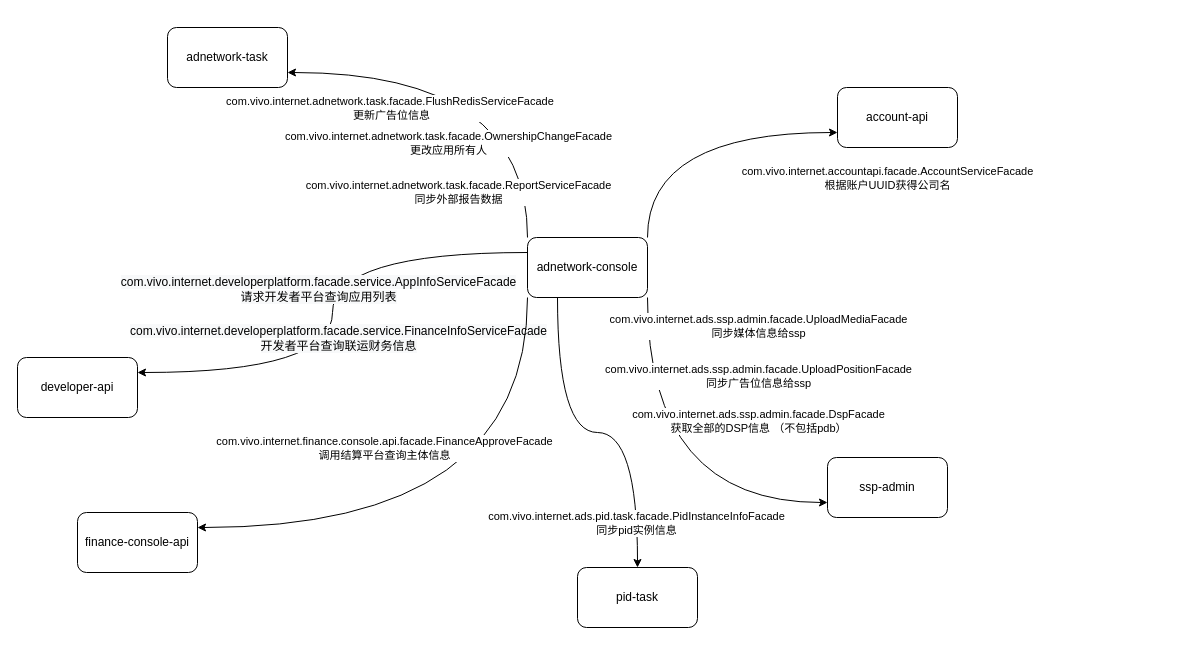
Earlier version of the draw.io diagram console消费的服务.drawio (hugobbtt/diagrams). Source tidied: cells renumbered, new cells numbered last; positions are measured from the earlier drawing's top-left corner, leaving out a move shared by most shapes. Both pictures are drawn from the tidied source at 100%, with x=0, y=0 at pixel (17, 27).
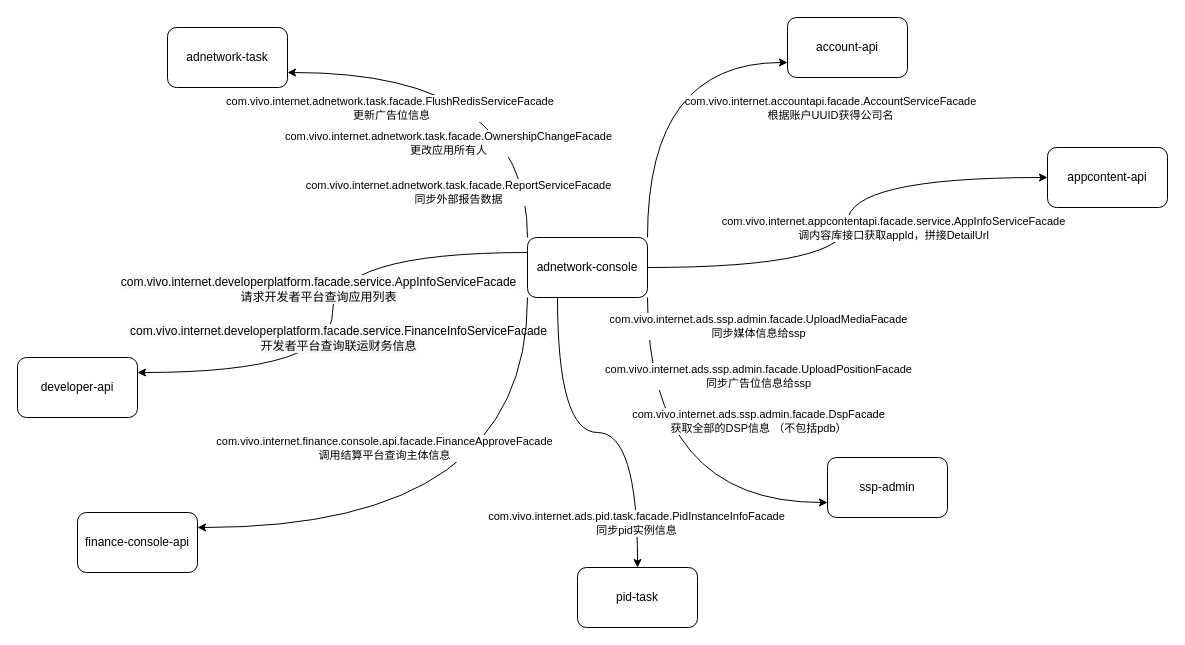
The same diagram, later.

Commit message:
更新console消费的服务.drawio

Unchanged cells that the change refers to:
```xml
<mxCell id="19" value="adnetwork-console" style="rounded=1;whiteSpace=wrap;html=1;" parent="1" vertex="1">
  <mxGeometry x="510" y="210" width="120" height="60" as="geometry" />
</mxCell>
```

What changed in the source:
```diff
@@
+    <mxCell id="26" style="edgeStyle=orthogonalEdgeStyle;jettySize=auto;html=1;entryX=0;entryY=0.5;entryDx=0;entryDy=0;curved=1;" parent="1" edge="1" source="19" target="28">
+      <mxGeometry relative="1" as="geometry" />
+    </mxCell>
+    <mxCell id="27" value="com.vivo.internet.appcontentapi.facade.service.AppInfoServiceFacade&lt;br&gt;&lt;span style=&quot;font-size: 11px&quot;&gt;调内容库接口获取appId，拼接DetailUrl&lt;/span&gt;" style="edgeLabel;html=1;align=center;verticalAlign=middle;" parent="26" vertex="1">
+      <mxGeometry x="-0.21" y="3" relative="1" as="geometry">
+        <mxPoint x="51" y="-37" as="offset" />
+      </mxGeometry>
+    </mxCell>
@@
     <mxCell id="20" value="account-api" style="rounded=1;whiteSpace=wrap;html=1;" parent="1" vertex="1">
-      <mxGeometry x="820" y="60" width="120" height="60" as="geometry" />
+      <mxGeometry x="770" y="-10" width="120" height="60" as="geometry" />
     </mxCell>
@@
+    <mxCell id="28" value="appcontent-api" style="rounded=1;whiteSpace=wrap;html=1;" parent="1" vertex="1">
+      <mxGeometry x="1030" y="120" width="120" height="60" as="geometry" />
+    </mxCell>
```
